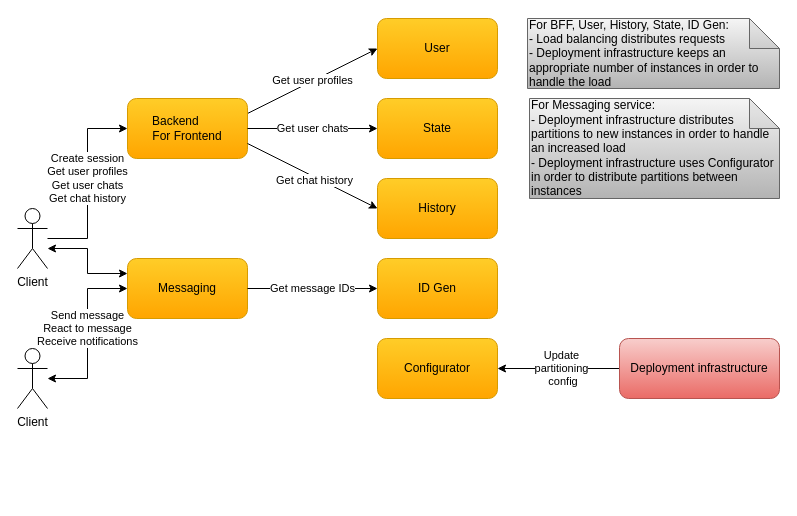
Earlier version of the draw.io diagram docs/diagrams/cecochat-07-deployment.drawio (cvetomir-todorov/CecoChat). Source tidied: cells renumbered, new cells numbered last; positions are measured from the earlier drawing's top-left corner, leaving out a move shared by most shapes. Both pictures are drawn from the tidied source at 100%, with x=0, y=0 at pixel (17, 18).
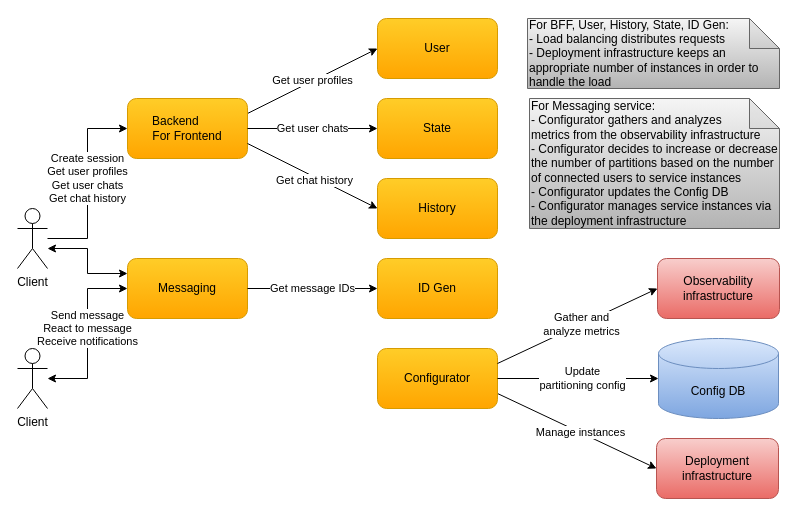
The same page after the edit.

Commit message (it also covers changes not shown here):
Update deployment design docs and diagrams

Change to the diagram source:
```diff
@@
-    <mxCell id="2" value="Update&lt;br&gt;partitioning&lt;br&gt;&amp;nbsp;config" style="edgeStyle=orthogonalEdgeStyle;rounded=0;jettySize=auto;html=1;entryX=1;entryY=0.5;entryDx=0;entryDy=0;" parent="1" edge="1" source="3" target="11">
-      <mxGeometry x="-0.05" relative="1" as="geometry">
-        <Array as="points">
-          <mxPoint x="530" y="350" />
-          <mxPoint x="530" y="350" />
-        </Array>
-      </mxGeometry>
+    <mxCell id="2" value="Manage instances" style="rounded=0;jettySize=auto;html=1;entryX=1;entryY=0.75;entryDx=0;entryDy=0;startArrow=classic;startFill=1;endArrow=none;endFill=0;exitX=0;exitY=0.5;exitDx=0;exitDy=0;" parent="1" edge="1" source="3" target="11">
+      <mxGeometry x="-0.05" relative="1" as="geometry" />
     </mxCell>
     <mxCell id="3" value="Deployment infrastructure" style="rounded=1;whiteSpace=wrap;html=1;gradientColor=#ea6b66;fillColor=#f8cecc;strokeColor=#b85450;" parent="1" vertex="1">
-      <mxGeometry x="602" y="320" width="160" height="60" as="geometry" />
+      <mxGeometry x="639" y="420" width="122" height="60" as="geometry" />
     </mxCell>
-    <mxCell id="4" value="&lt;div&gt;&lt;span&gt;For Messaging&amp;nbsp;&lt;/span&gt;&lt;span&gt;service:&lt;/span&gt;&lt;/div&gt;&lt;div&gt;&lt;span&gt;- Deployment infrastructure distributes partitions to new instances in order to handle an increased load&lt;/span&gt;&lt;br&gt;&lt;/div&gt;&lt;div&gt;&lt;span&gt;- Deployment infrastructure uses Configurator in order to distribute partitions between instances&lt;/span&gt;&lt;/div&gt;" style="shape=note;whiteSpace=wrap;html=1;backgroundOutline=1;darkOpacity=0.05;align=left;gradientColor=#b3b3b3;fillColor=#f5f5f5;strokeColor=#666666;" parent="1" vertex="1">
-      <mxGeometry x="512" y="80" width="250" height="100" as="geometry" />
+    <mxCell id="4" value="&lt;div&gt;&lt;span&gt;For Messaging&amp;nbsp;&lt;/span&gt;&lt;span&gt;service:&lt;/span&gt;&lt;/div&gt;&lt;div&gt;&lt;span&gt;- Configurator gathers and analyzes&lt;/span&gt;&lt;/div&gt;&lt;div&gt;&lt;span style=&quot;background-color: initial;&quot;&gt;metrics from the observability infrastructure&lt;/span&gt;&lt;/div&gt;&lt;div&gt;&lt;span style=&quot;background-color: initial;&quot;&gt;- Configurator decides to increase or decrease the number of partitions based on the number of connected users to service instances&lt;/span&gt;&lt;br&gt;&lt;/div&gt;&lt;div&gt;&lt;span style=&quot;background-color: initial;&quot;&gt;- Configurator updates the Config DB&lt;/span&gt;&lt;/div&gt;&lt;div&gt;&lt;span&gt;- Configurator manages service instances via the deployment infrastructure&lt;/span&gt;&lt;/div&gt;" style="shape=note;whiteSpace=wrap;html=1;backgroundOutline=1;darkOpacity=0.05;align=left;gradientColor=#b3b3b3;fillColor=#f5f5f5;strokeColor=#666666;" parent="1" vertex="1">
+      <mxGeometry x="512" y="80" width="250" height="130" as="geometry" />
     </mxCell>
@@
     <mxCell id="11" value="Configurator" style="rounded=1;whiteSpace=wrap;html=1;gradientColor=#ffa500;fillColor=#ffcd28;strokeColor=#d79b00;" parent="1" vertex="1">
-      <mxGeometry x="360" y="320" width="120" height="60" as="geometry" />
+      <mxGeometry x="360" y="330" width="120" height="60" as="geometry" />
     </mxCell>
@@
+    <mxCell id="22" value="Observability infrastructure" style="rounded=1;whiteSpace=wrap;html=1;gradientColor=#ea6b66;fillColor=#f8cecc;strokeColor=#b85450;" parent="1" vertex="1">
+      <mxGeometry x="640" y="240" width="122" height="60" as="geometry" />
+    </mxCell>
+    <mxCell id="23" value="Gather and&lt;br&gt;analyze metrics" style="rounded=0;jettySize=auto;html=1;entryX=1;entryY=0.25;entryDx=0;entryDy=0;startArrow=classic;startFill=1;endArrow=none;endFill=0;exitX=0;exitY=0.5;exitDx=0;exitDy=0;" parent="1" edge="1" source="22" target="11">
+      <mxGeometry x="-0.05" relative="1" as="geometry" />
+    </mxCell>
+    <mxCell id="24" value="Config DB" style="shape=cylinder3;whiteSpace=wrap;html=1;boundedLbl=1;backgroundOutline=1;size=15;gradientColor=#7ea6e0;fillColor=#dae8fc;strokeColor=#6c8ebf;" parent="1" vertex="1">
+      <mxGeometry x="641" y="320" width="120" height="80" as="geometry" />
+    </mxCell>
+    <mxCell id="25" value="Update&lt;br&gt;partitioning config" style="rounded=0;jettySize=auto;html=1;entryX=1;entryY=0.5;entryDx=0;entryDy=0;startArrow=classic;startFill=1;endArrow=none;endFill=0;" parent="1" edge="1" source="24" target="11">
+      <mxGeometry x="-0.05" relative="1" as="geometry" />
+    </mxCell>
```
